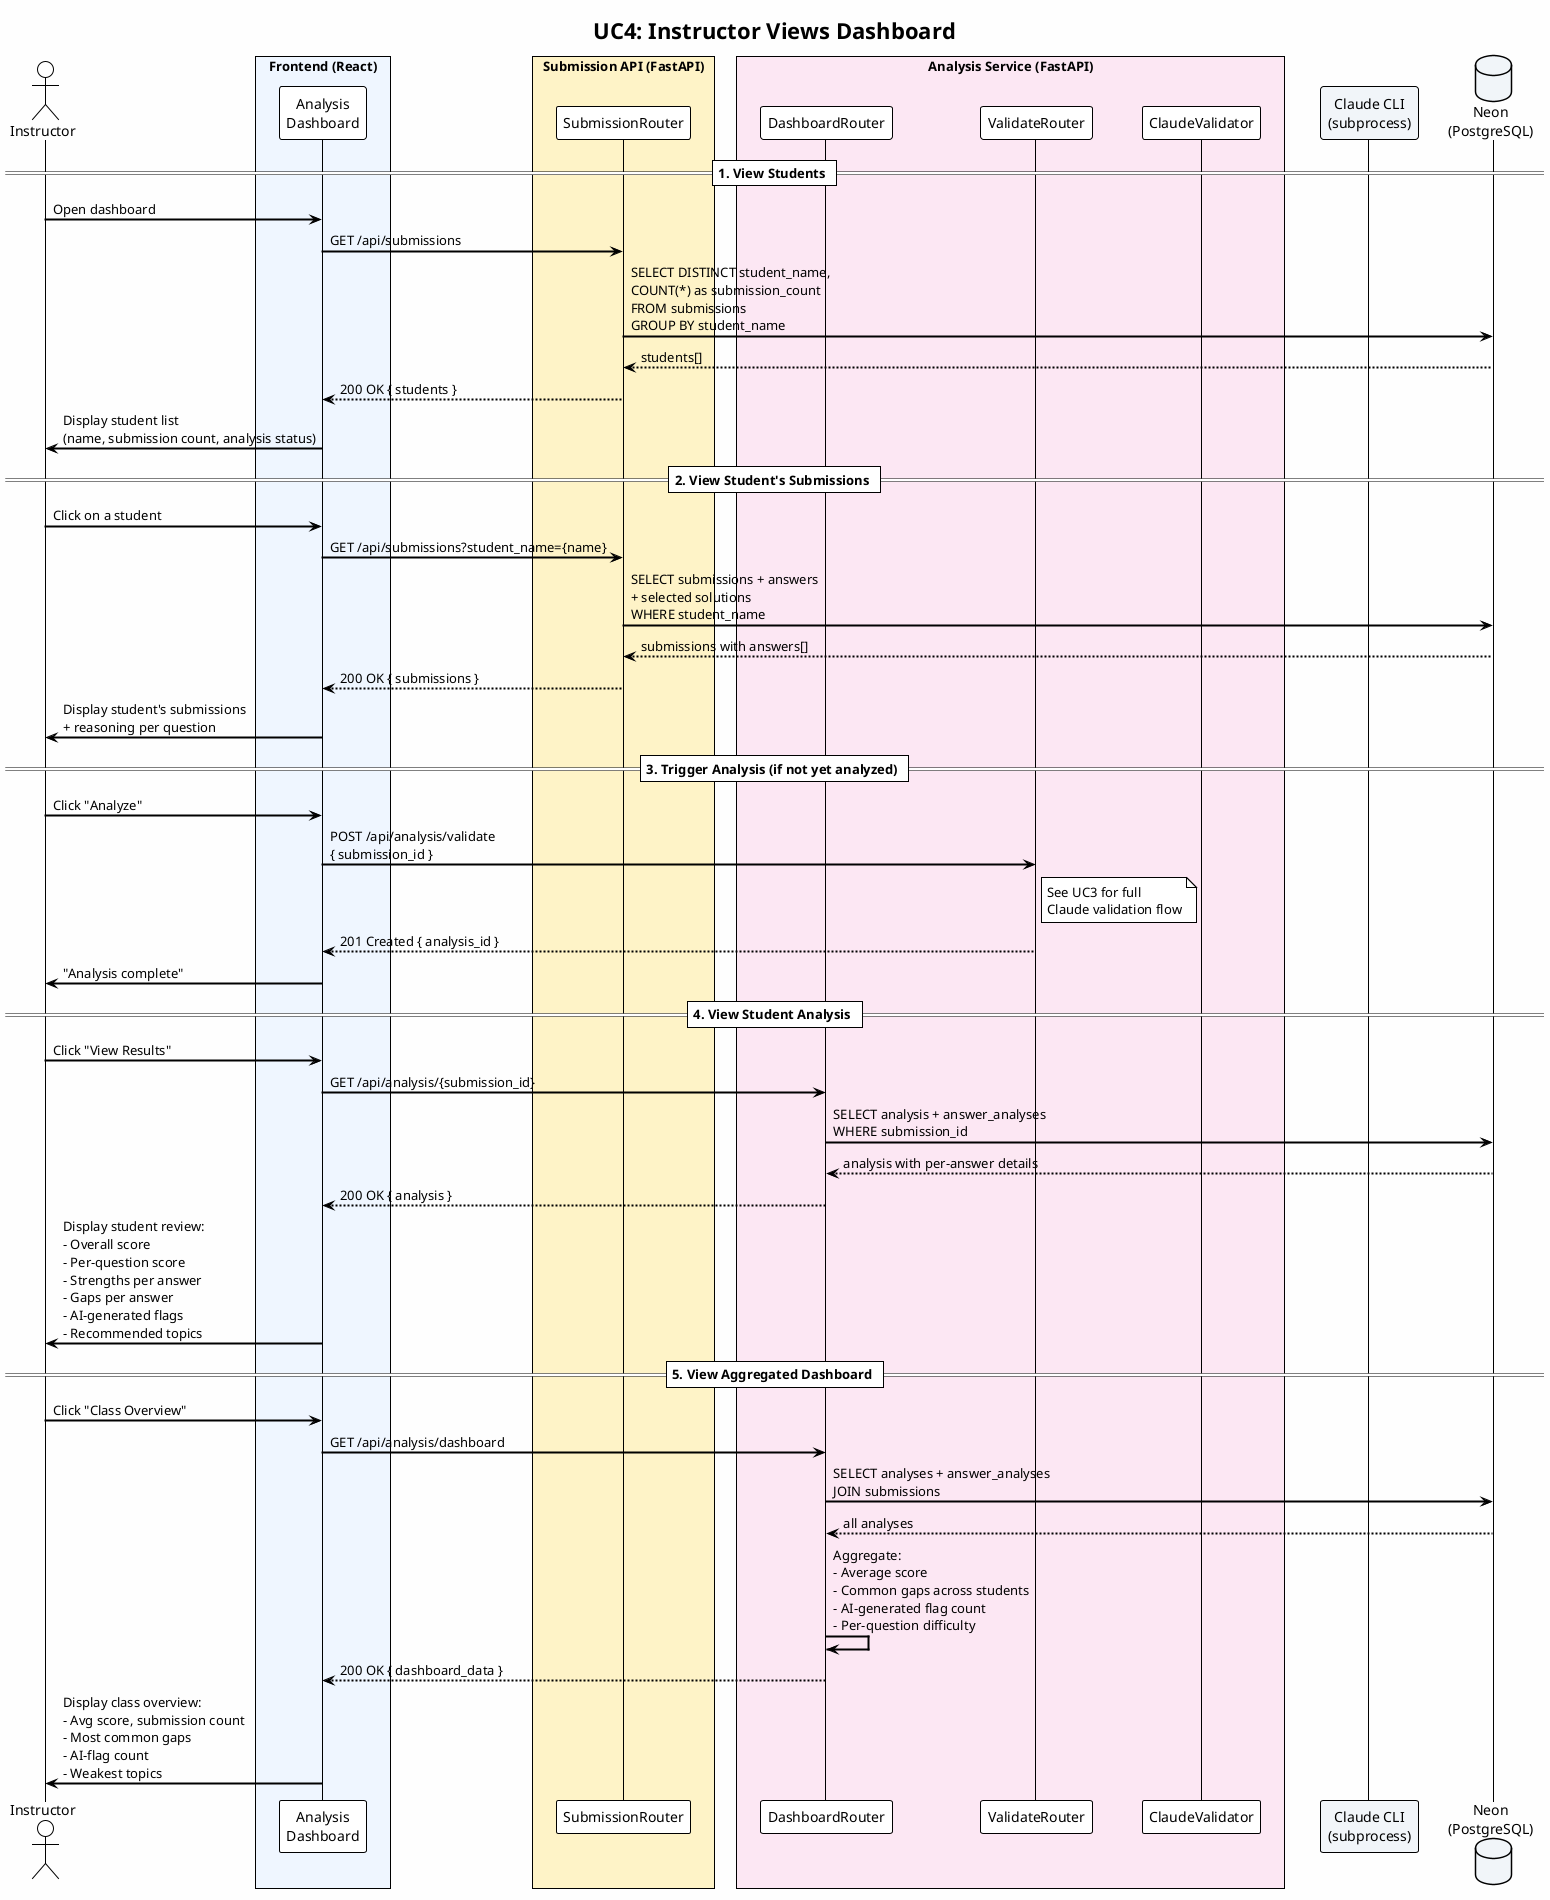
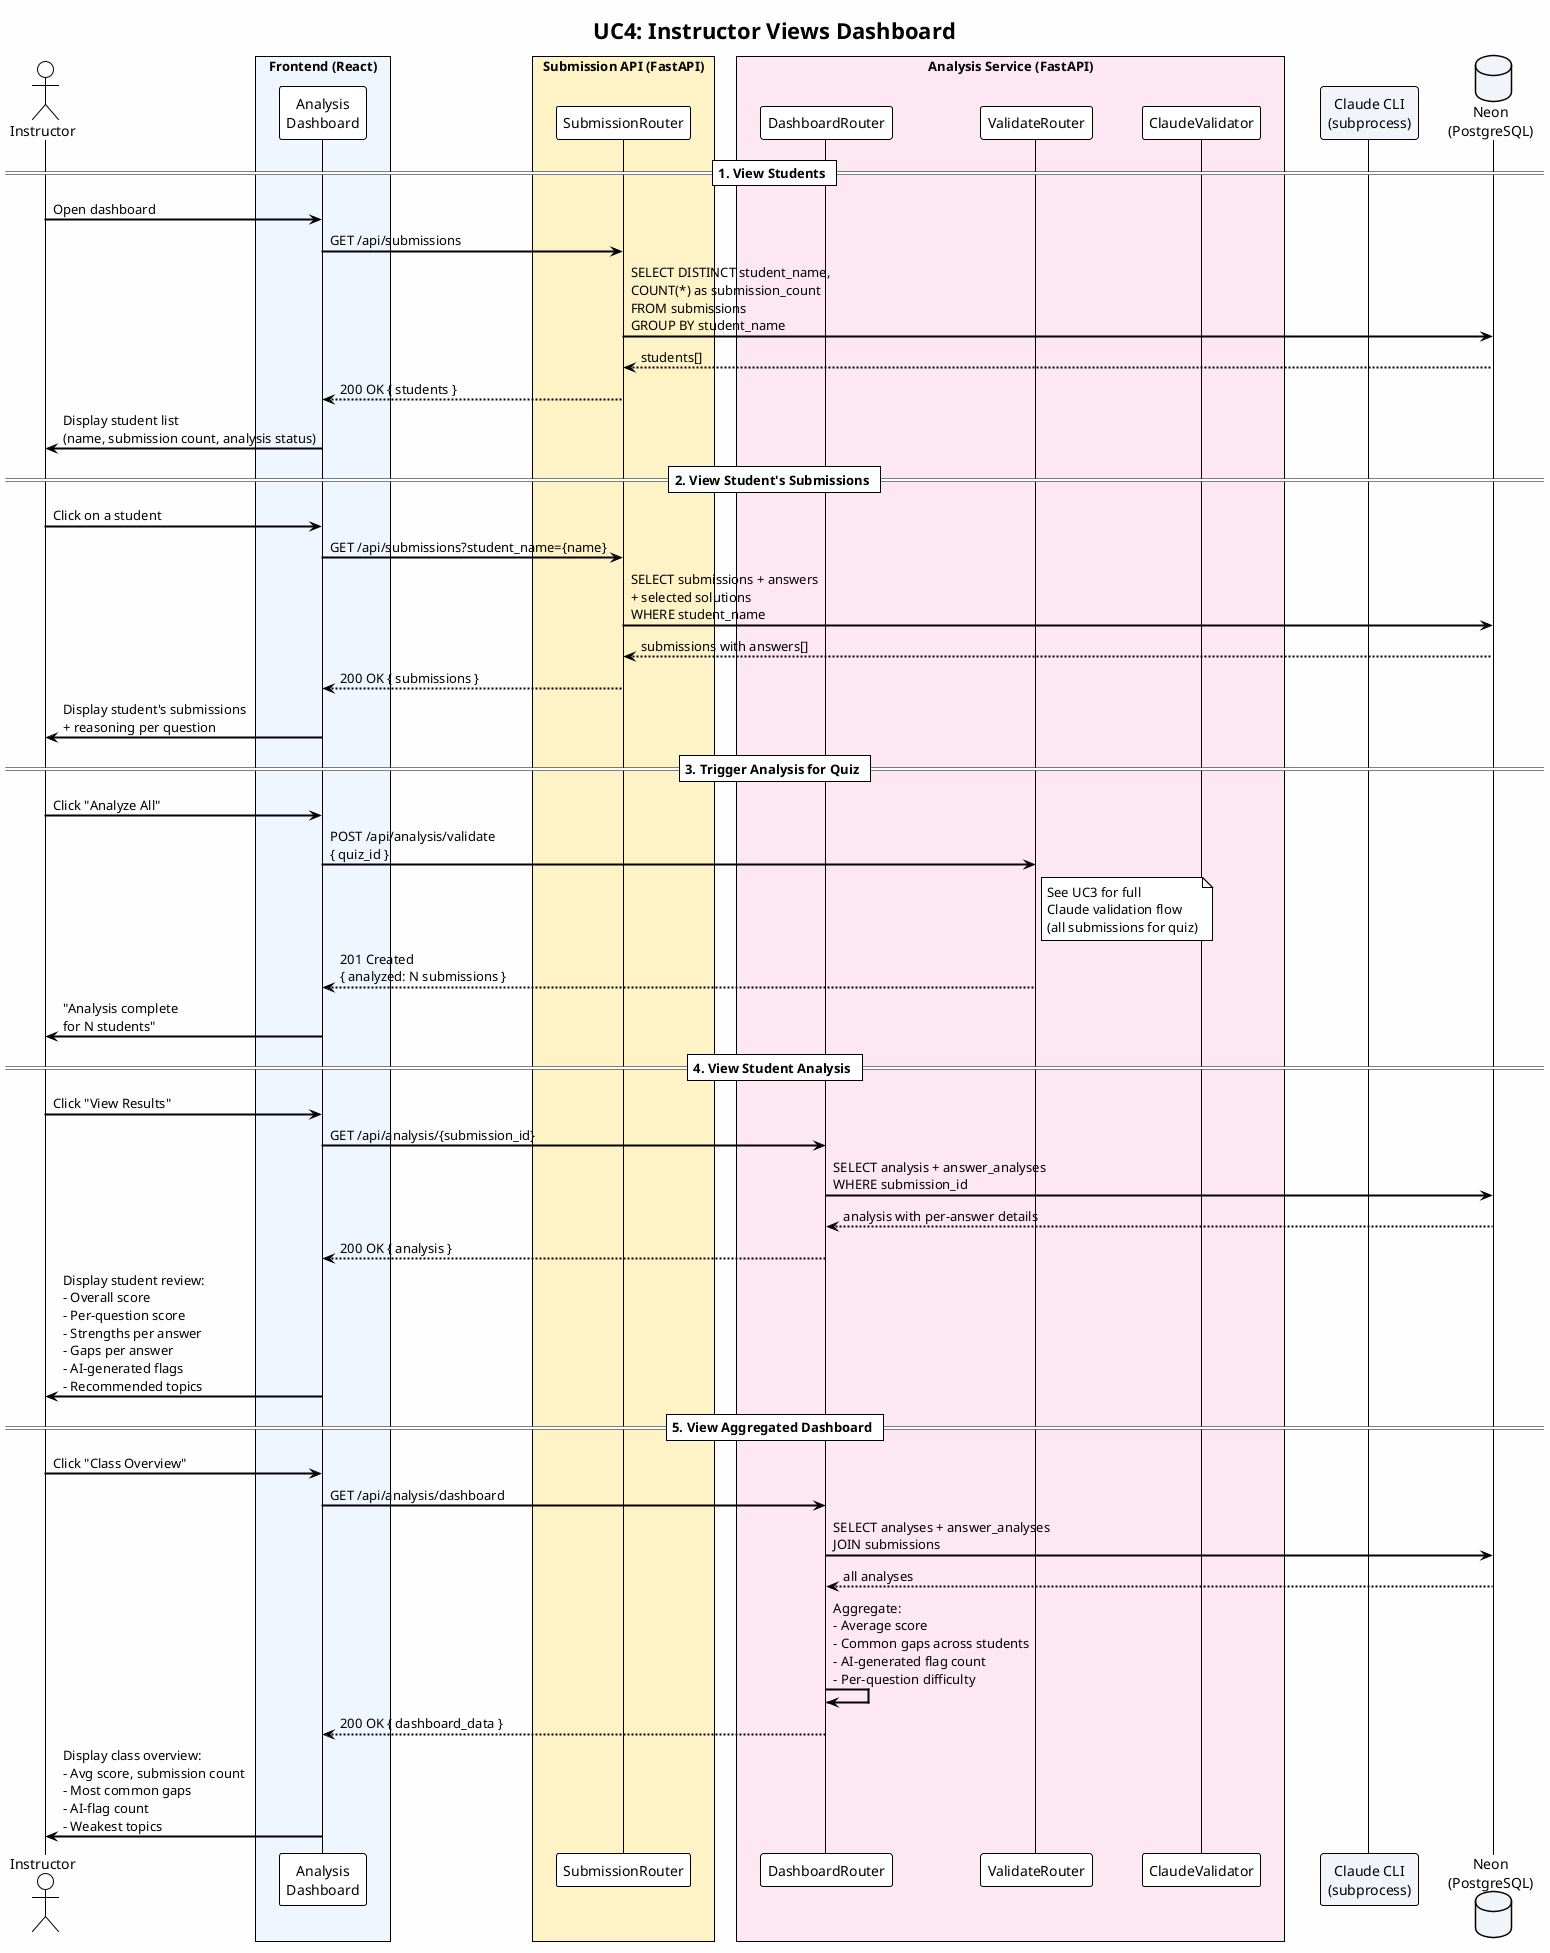
@startuml Instructor Views Dashboard
!theme plain
skinparam backgroundColor #FEFEFE
skinparam defaultFontName "Segoe UI"
skinparam shadowing false
skinparam sequenceArrowThickness 2
skinparam participantPadding 20
skinparam boxPadding 10

title UC4: Instructor Views Dashboard

actor Instructor as I
box "Frontend (React)" #EFF6FF
  participant "Analysis\nDashboard" as AD
end box
box "Submission API (FastAPI)" #FEF3C7
  participant "SubmissionRouter" as SR
end box
box "Analysis Service (FastAPI)" #FCE7F3
  participant "DashboardRouter" as DR
  participant "ValidateRouter" as VR
  participant "ClaudeValidator" as CV
end box
participant "Claude CLI\n(subprocess)" as CLI #F1F5F9
database "Neon\n(PostgreSQL)" as DB #F1F5F9

== 1. View Students ==

I -> AD : Open dashboard
AD -> SR : GET /api/submissions
SR -> DB : SELECT DISTINCT student_name,\nCOUNT(*) as submission_count\nFROM submissions\nGROUP BY student_name
DB --> SR : students[]
SR --> AD : 200 OK { students }
AD -> I : Display student list\n(name, submission count, analysis status)

== 2. View Student's Submissions ==

I -> AD : Click on a student
AD -> SR : GET /api/submissions?student_name={name}
SR -> DB : SELECT submissions + answers\n+ selected solutions\nWHERE student_name
DB --> SR : submissions with answers[]
SR --> AD : 200 OK { submissions }
AD -> I : Display student's submissions\n+ reasoning per question

- == 3. Trigger Analysis (if not yet analyzed) ==
+ == 3. Trigger Analysis for Quiz ==

- I -> AD : Click "Analyze"
- AD -> VR : POST /api/analysis/validate\n{ submission_id }
- note right of VR : See UC3 for full\nClaude validation flow
- VR --> AD : 201 Created { analysis_id }
- AD -> I : "Analysis complete"
+ I -> AD : Click "Analyze All"
+ AD -> VR : POST /api/analysis/validate\n{ quiz_id }
+ note right of VR : See UC3 for full\nClaude validation flow\n(all submissions for quiz)
+ VR --> AD : 201 Created\n{ analyzed: N submissions }
+ AD -> I : "Analysis complete\nfor N students"

== 4. View Student Analysis ==

I -> AD : Click "View Results"
AD -> DR : GET /api/analysis/{submission_id}
DR -> DB : SELECT analysis + answer_analyses\nWHERE submission_id
DB --> DR : analysis with per-answer details
DR --> AD : 200 OK { analysis }
AD -> I : Display student review:\n- Overall score\n- Per-question score\n- Strengths per answer\n- Gaps per answer\n- AI-generated flags\n- Recommended topics

== 5. View Aggregated Dashboard ==

I -> AD : Click "Class Overview"
AD -> DR : GET /api/analysis/dashboard
DR -> DB : SELECT analyses + answer_analyses\nJOIN submissions
DB --> DR : all analyses
DR -> DR : Aggregate:\n- Average score\n- Common gaps across students\n- AI-generated flag count\n- Per-question difficulty
DR --> AD : 200 OK { dashboard_data }
AD -> I : Display class overview:\n- Avg score, submission count\n- Most common gaps\n- AI-flag count\n- Weakest topics

@enduml
